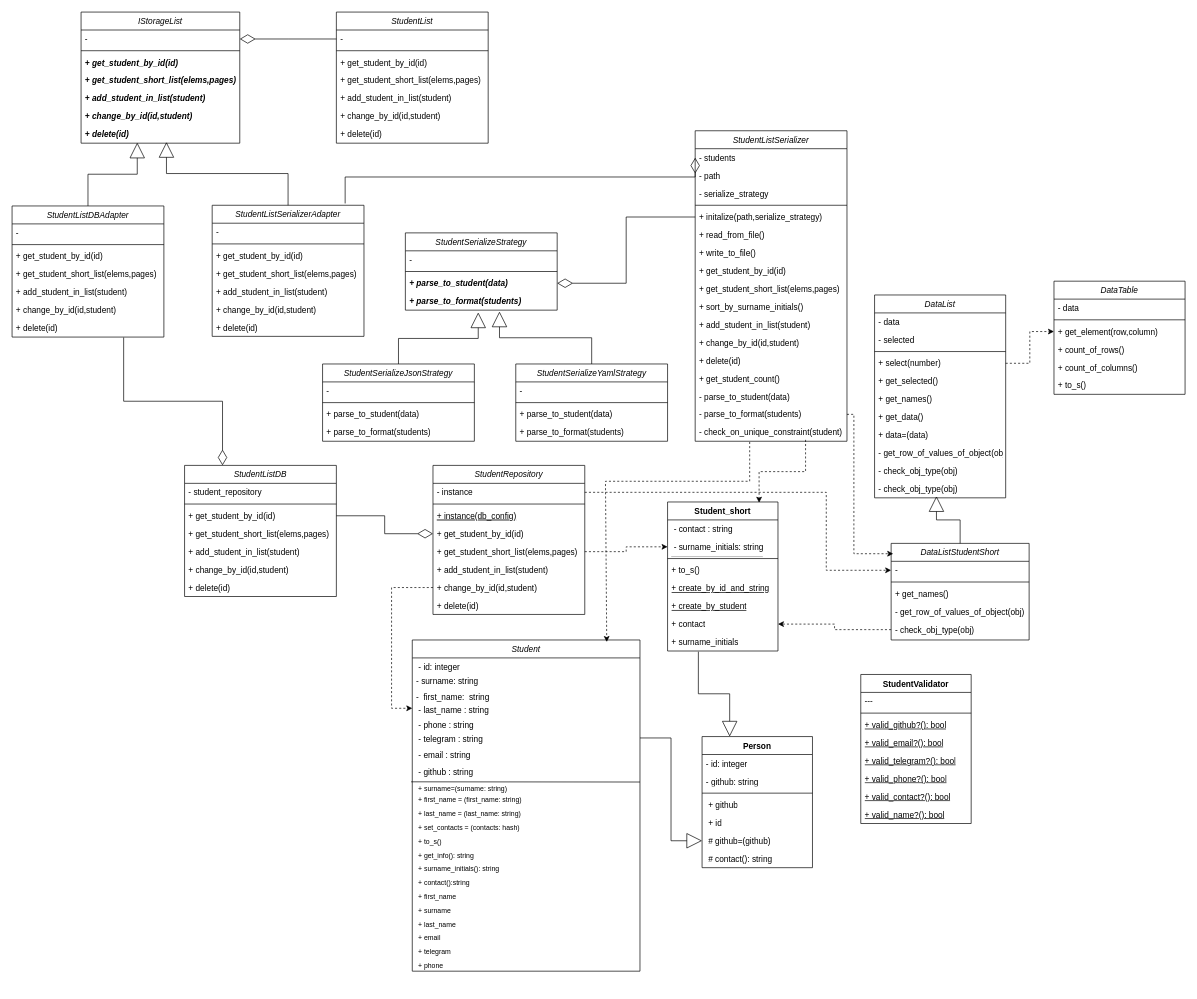
Above: drawio/all_classes_lab4.drawio in Heisenbq/Software-design-patterns (draw.io), before the change. Source tidied: cells renumbered, new cells numbered last; positions are measured from the earlier drawing's top-left corner, leaving out a move shared by most shapes. Both pictures are drawn from the tidied source at 69%, with x=0, y=0 at pixel (12, 12).
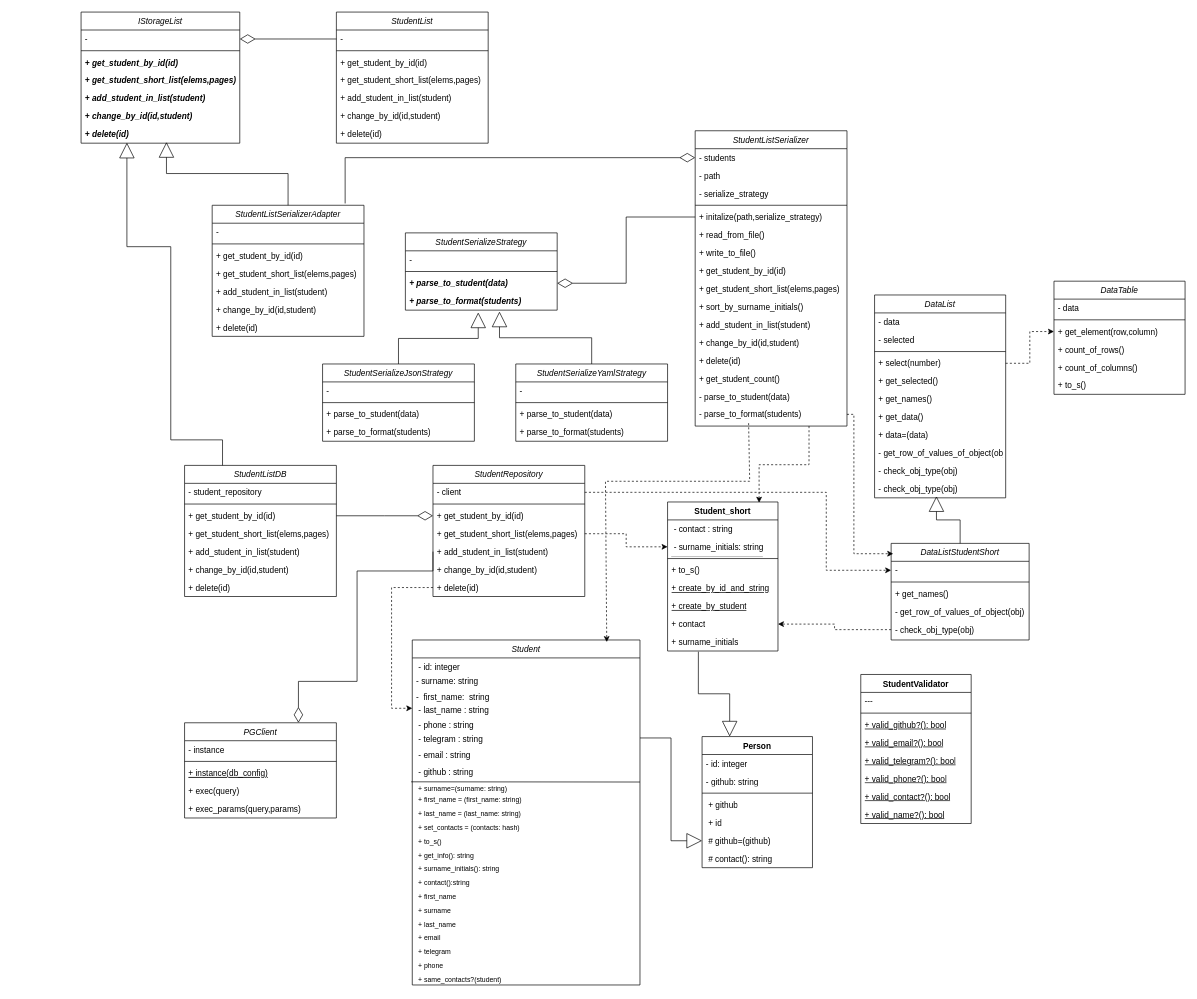
Above is the later version.

Unchanged cells that the change refers to:
```xml
<mxCell id="21" value="- students" style="text;align=left;verticalAlign=top;spacingLeft=4;spacingRight=4;overflow=hidden;points=[[0,0.5],[1,0.5]];portConstraint=eastwest;" parent="20" vertex="1">
  <mxGeometry y="26" width="220" height="26" as="geometry" />
</mxCell>
<mxCell id="36" value="- parse_to_format(students)" style="text;align=left;verticalAlign=top;spacingLeft=4;spacingRight=4;overflow=hidden;points=[[0,0.5],[1,0.5]];portConstraint=eastwest;" parent="20" vertex="1">
  <mxGeometry y="398" width="220" height="26" as="geometry" />
</mxCell>
<mxCell id="53" value="StudentListDB" style="swimlane;fontStyle=2;align=center;verticalAlign=top;horizontal=1;startSize=26;rounded=0;shadow=0;strokeWidth=1;" parent="1" vertex="1">
  <mxGeometry x="250" y="657" width="220" height="190" as="geometry" />
</mxCell>
<mxCell id="74" value=" - last_name : string" style="text;align=left;verticalAlign=top;spacingLeft=4;spacingRight=4;overflow=hidden;points=[[0,0.5],[1,0.5]];portConstraint=eastwest;" parent="70" vertex="1">
  <mxGeometry y="88" width="330" height="22" as="geometry" />
</mxCell>
<mxCell id="102" value="Student_short" style="swimlane;fontStyle=1;align=center;verticalAlign=top;horizontal=1;startSize=26;whiteSpace=wrap;html=1;" parent="1" vertex="1">
  <mxGeometry x="950" y="710" width="160" height="216" as="geometry" />
</mxCell>
<mxCell id="149" value="+ delete(id)" style="text;align=left;verticalAlign=top;spacingLeft=4;spacingRight=4;overflow=hidden;points=[[0,0.5],[1,0.5]];portConstraint=eastwest;fontStyle=3;" parent="142" vertex="1">
  <mxGeometry y="164" width="230" height="26" as="geometry" />
</mxCell>
<mxCell id="158" value="StudentListSerializerAdapter" style="swimlane;fontStyle=2;align=center;verticalAlign=top;horizontal=1;startSize=26;rounded=0;shadow=0;strokeWidth=1;" parent="1" vertex="1">
  <mxGeometry x="290" y="280" width="220" height="190" as="geometry" />
</mxCell>
```

The edit, as a diff of the source:
```diff
@@
     <mxCell id="20" value="StudentListSerializer" style="swimlane;fontStyle=2;align=center;verticalAlign=top;horizontal=1;startSize=26;rounded=0;shadow=0;strokeWidth=1;" parent="1" vertex="1">
-      <mxGeometry x="990" y="172" width="220" height="450" as="geometry" />
+      <mxGeometry x="990" y="172" width="220" height="428" as="geometry" />
     </mxCell>
@@
-    <mxCell id="37" value="- check_on_unique_constraint(student)" style="text;align=left;verticalAlign=top;spacingLeft=4;spacingRight=4;overflow=hidden;" parent="20" vertex="1">
-      <mxGeometry y="424" width="220" height="26" as="geometry" />
-    </mxCell>
@@
     <mxCell id="61" value="StudentRepository" style="swimlane;fontStyle=2;align=center;verticalAlign=top;horizontal=1;startSize=26;rounded=0;shadow=0;strokeWidth=1;" parent="1" vertex="1">
-      <mxGeometry x="610" y="657" width="220" height="216" as="geometry" />
+      <mxGeometry x="610" y="657" width="220" height="190" as="geometry" />
     </mxCell>
-    <mxCell id="62" value="- instance" style="text;align=left;verticalAlign=top;spacingLeft=4;spacingRight=4;overflow=hidden;points=[[0,0.5],[1,0.5]];portConstraint=eastwest;fontStyle=0;" parent="61" vertex="1">
+    <mxCell id="62" value="- client" style="text;align=left;verticalAlign=top;spacingLeft=4;spacingRight=4;overflow=hidden;points=[[0,0.5],[1,0.5]];portConstraint=eastwest;fontStyle=0;" parent="61" vertex="1">
       <mxGeometry y="26" width="220" height="26" as="geometry" />
     </mxCell>
@@
-    <mxCell id="64" value="+ instance(db_config)" style="text;align=left;verticalAlign=top;spacingLeft=4;spacingRight=4;overflow=hidden;fontStyle=4;" parent="61" vertex="1">
-      <mxGeometry y="60" width="220" height="26" as="geometry" />
-    </mxCell>
     <mxCell id="65" value="+ get_student_by_id(id)" style="text;align=left;verticalAlign=top;spacingLeft=4;spacingRight=4;overflow=hidden;points=[[0,0.5],[1,0.5]];portConstraint=eastwest;" parent="61" vertex="1">
-      <mxGeometry y="86" width="220" height="26" as="geometry" />
+      <mxGeometry y="60" width="220" height="26" as="geometry" />
     </mxCell>
     <mxCell id="66" value="+ get_student_short_list(elems,pages)" style="text;align=left;verticalAlign=top;spacingLeft=4;spacingRight=4;overflow=hidden;points=[[0,0.5],[1,0.5]];portConstraint=eastwest;" parent="61" vertex="1">
-      <mxGeometry y="112" width="220" height="26" as="geometry" />
+      <mxGeometry y="86" width="220" height="26" as="geometry" />
     </mxCell>
     <mxCell id="67" value="+ add_student_in_list(student)" style="text;align=left;verticalAlign=top;spacingLeft=4;spacingRight=4;overflow=hidden;points=[[0,0.5],[1,0.5]];portConstraint=eastwest;" parent="61" vertex="1">
-      <mxGeometry y="138" width="220" height="26" as="geometry" />
+      <mxGeometry y="112" width="220" height="26" as="geometry" />
     </mxCell>
     <mxCell id="68" value="+ change_by_id(id,student)" style="text;align=left;verticalAlign=top;spacingLeft=4;spacingRight=4;overflow=hidden;points=[[0,0.5],[1,0.5]];portConstraint=eastwest;" parent="61" vertex="1">
-      <mxGeometry y="164" width="220" height="26" as="geometry" />
+      <mxGeometry y="138" width="220" height="26" as="geometry" />
     </mxCell>
     <mxCell id="69" value="+ delete(id)" style="text;align=left;verticalAlign=top;spacingLeft=4;spacingRight=4;overflow=hidden;points=[[0,0.5],[1,0.5]];portConstraint=eastwest;" parent="61" vertex="1">
-      <mxGeometry y="190" width="220" height="26" as="geometry" />
+      <mxGeometry y="164" width="220" height="26" as="geometry" />
     </mxCell>
     <mxCell id="70" value="Student" style="swimlane;fontStyle=2;align=center;verticalAlign=top;horizontal=1;startSize=26;rounded=0;shadow=0;strokeWidth=1;" parent="1" vertex="1">
-      <mxGeometry x="580" y="910" width="330" height="480" as="geometry" />
+      <mxGeometry x="580" y="910" width="330" height="500" as="geometry" />
     </mxCell>
@@
+    <mxCell id="179" value=" + same_contacts?(student)" style="text;align=left;verticalAlign=top;spacingLeft=4;spacingRight=4;overflow=hidden;fontSize=10;" parent="70" vertex="1">
+      <mxGeometry y="480" width="330" height="20" as="geometry" />
+    </mxCell>
@@
-    <mxCell id="135" style="endArrow=classic;html=1;rounded=0;dashed=1;entryX=0;entryY=0.5;entryDx=0;entryDy=0;exitX=0;exitY=0.5;exitDx=0;exitDy=0;edgeStyle=elbowEdgeStyle;" parent="1" edge="1" source="68" target="74">
+    <mxCell id="135" style="endArrow=classic;html=1;rounded=0;dashed=1;entryX=0;entryY=0.5;entryDx=0;entryDy=0;exitX=0;exitY=0.5;exitDx=0;exitDy=0;edgeStyle=elbowEdgeStyle;" parent="1" edge="1" source="69" target="74">
       <mxGeometry relative="1" as="geometry">
         <Array as="points">
           <mxPoint x="550" y="930" />
         </Array>
       </mxGeometry>
     </mxCell>
@@
-    <mxCell id="137" style="endArrow=classic;html=1;rounded=0;dashed=1;entryX=0.854;entryY=0.006;entryDx=0;entryDy=0;elbow=vertical;entryPerimeter=0;" parent="1" edge="1" target="70">
+    <mxCell id="137" style="endArrow=classic;html=1;rounded=0;dashed=1;entryX=0.854;entryY=0.006;entryDx=0;entryDy=0;elbow=vertical;entryPerimeter=0;exitX=0.352;exitY=0.991;exitDx=0;exitDy=0;exitPerimeter=0;" parent="1" edge="1" source="36" target="70">
       <mxGeometry relative="1" as="geometry">
-        <mxPoint x="1069" y="623" as="sourcePoint" />
         <Array as="points">
           <mxPoint x="1069" y="680" />
           <mxPoint x="860" y="680" />
         </Array>
       </mxGeometry>
     </mxCell>
@@
-    <mxCell id="140" style="endArrow=classic;html=1;rounded=0;dashed=1;entryX=0.829;entryY=0.005;entryDx=0;entryDy=0;edgeStyle=elbowEdgeStyle;elbow=vertical;entryPerimeter=0;" parent="1" edge="1" target="102">
-      <mxGeometry relative="1" as="geometry">
-        <mxPoint x="1150" y="620" as="sourcePoint" />
-      </mxGeometry>
+    <mxCell id="140" style="endArrow=classic;html=1;rounded=0;dashed=1;entryX=0.829;entryY=0.005;entryDx=0;entryDy=0;edgeStyle=elbowEdgeStyle;elbow=vertical;entryPerimeter=0;exitX=0.75;exitY=1;exitDx=0;exitDy=0;" parent="1" edge="1" source="20" target="102">
+      <mxGeometry relative="1" as="geometry" />
     </mxCell>
@@
-    <mxCell id="150" value="StudentListDBAdapter" style="swimlane;fontStyle=2;align=center;verticalAlign=top;horizontal=1;startSize=26;rounded=0;shadow=0;strokeWidth=1;" parent="1" vertex="1">
-      <mxGeometry y="281" width="220" height="190" as="geometry" />
-    </mxCell>
-    <mxCell id="151" value="-" style="text;align=left;verticalAlign=top;spacingLeft=4;spacingRight=4;overflow=hidden;fontStyle=0;" parent="150" vertex="1">
-      <mxGeometry y="26" width="220" height="26" as="geometry" />
-    </mxCell>
-    <mxCell id="152" style="line;html=1;strokeWidth=1;align=left;verticalAlign=middle;spacingTop=-1;spacingLeft=3;spacingRight=3;labelPosition=right;" parent="150" vertex="1">
-      <mxGeometry y="52" width="220" height="8" as="geometry" />
-    </mxCell>
-    <mxCell id="153" value="+ get_student_by_id(id)" style="text;align=left;verticalAlign=top;spacingLeft=4;spacingRight=4;overflow=hidden;" parent="150" vertex="1">
-      <mxGeometry y="60" width="220" height="26" as="geometry" />
-    </mxCell>
-    <mxCell id="154" value="+ get_student_short_list(elems,pages)" style="text;align=left;verticalAlign=top;spacingLeft=4;spacingRight=4;overflow=hidden;" parent="150" vertex="1">
-      <mxGeometry y="86" width="220" height="26" as="geometry" />
-    </mxCell>
-    <mxCell id="155" value="+ add_student_in_list(student)" style="text;align=left;verticalAlign=top;spacingLeft=4;spacingRight=4;overflow=hidden;" parent="150" vertex="1">
-      <mxGeometry y="112" width="220" height="26" as="geometry" />
-    </mxCell>
-    <mxCell id="156" value="+ change_by_id(id,student)" style="text;align=left;verticalAlign=top;spacingLeft=4;spacingRight=4;overflow=hidden;" parent="150" vertex="1">
-      <mxGeometry y="138" width="220" height="26" as="geometry" />
-    </mxCell>
-    <mxCell id="157" value="+ delete(id)" style="text;align=left;verticalAlign=top;spacingLeft=4;spacingRight=4;overflow=hidden;points=[[0,0.5],[1,0.5]];portConstraint=eastwest;" parent="150" vertex="1">
-      <mxGeometry y="164" width="220" height="26" as="geometry" />
-    </mxCell>
@@
-    <mxCell id="166" style="endArrow=none;html=1;rounded=0;startArrow=block;startFill=0;entryX=0.5;entryY=0;entryDx=0;entryDy=0;edgeStyle=elbowEdgeStyle;elbow=vertical;exitX=0.354;exitY=0.972;exitDx=0;exitDy=0;exitPerimeter=0;endSize=7;startSize=20;" parent="1" edge="1" source="149" target="150">
-      <mxGeometry relative="1" as="geometry" />
+    <mxCell id="166" style="endArrow=none;html=1;rounded=0;startArrow=block;startFill=0;edgeStyle=orthogonalEdgeStyle;elbow=vertical;exitX=0.354;exitY=0.972;exitDx=0;exitDy=0;exitPerimeter=0;endSize=7;startSize=20;entryX=0.25;entryY=0;entryDx=0;entryDy=0;" parent="1" edge="1" target="53">
+      <mxGeometry relative="1" as="geometry">
+        <mxPoint x="166.4" y="189.3" as="sourcePoint" />
+        <Array as="points">
+          <mxPoint x="166" y="340" />
+          <mxPoint x="230" y="340" />
+          <mxPoint x="230" y="620" />
+          <mxPoint x="305" y="620" />
+        </Array>
+      </mxGeometry>
     </mxCell>
@@
-    <mxCell id="177" style="endArrow=none;html=1;rounded=0;startArrow=diamondThin;startFill=0;entryX=0.876;entryY=-0.014;entryDx=0;entryDy=0;edgeStyle=elbowEdgeStyle;exitX=0;exitY=0.5;exitDx=0;exitDy=0;endSize=7;startSize=20;elbow=vertical;entryPerimeter=0;" parent="1" edge="1" source="21" target="158">
-      <mxGeometry relative="1" as="geometry">
-        <Array as="points">
-          <mxPoint x="720" y="239" />
-        </Array>
-      </mxGeometry>
+    <mxCell id="177" style="endArrow=none;html=1;rounded=0;startArrow=diamondThin;startFill=0;entryX=0.876;entryY=-0.014;entryDx=0;entryDy=0;edgeStyle=orthogonalEdgeStyle;exitX=0;exitY=0.5;exitDx=0;exitDy=0;endSize=7;startSize=20;elbow=vertical;entryPerimeter=0;" parent="1" edge="1" source="21" target="158">
+      <mxGeometry relative="1" as="geometry" />
     </mxCell>
-    <mxCell id="178" style="endArrow=none;html=1;rounded=0;startArrow=diamondThin;startFill=0;entryX=0.735;entryY=1.024;entryDx=0;entryDy=0;edgeStyle=elbowEdgeStyle;exitX=0.25;exitY=0;exitDx=0;exitDy=0;endSize=7;startSize=20;entryPerimeter=0;elbow=vertical;" parent="1" edge="1" source="53" target="157">
-      <mxGeometry relative="1" as="geometry" />
-    </mxCell>
+    <mxCell id="180" value="PGClient" style="swimlane;fontStyle=2;align=center;verticalAlign=top;horizontal=1;startSize=26;rounded=0;shadow=0;strokeWidth=1;" parent="1" vertex="1">
+      <mxGeometry x="250" y="1030" width="220" height="138" as="geometry" />
+    </mxCell>
+    <mxCell id="181" value="- instance" style="text;align=left;verticalAlign=top;spacingLeft=4;spacingRight=4;overflow=hidden;fontStyle=0;" parent="180" vertex="1">
+      <mxGeometry y="26" width="220" height="26" as="geometry" />
+    </mxCell>
+    <mxCell id="152" style="line;html=1;strokeWidth=1;align=left;verticalAlign=middle;spacingTop=-1;spacingLeft=3;spacingRight=3;labelPosition=right;" parent="180" vertex="1">
+      <mxGeometry y="52" width="220" height="8" as="geometry" />
+    </mxCell>
+    <mxCell id="64" value="+ instance(db_config)" style="text;align=left;verticalAlign=top;spacingLeft=4;spacingRight=4;overflow=hidden;fontStyle=4;" parent="180" vertex="1">
+      <mxGeometry y="60" width="220" height="26" as="geometry" />
+    </mxCell>
+    <mxCell id="182" value="+ exec(query)" style="text;align=left;verticalAlign=top;spacingLeft=4;spacingRight=4;overflow=hidden;" parent="180" vertex="1">
+      <mxGeometry y="86" width="220" height="26" as="geometry" />
+    </mxCell>
+    <mxCell id="183" value="+ exec_params(query,params)" style="text;align=left;verticalAlign=top;spacingLeft=4;spacingRight=4;overflow=hidden;" parent="180" vertex="1">
+      <mxGeometry y="112" width="220" height="26" as="geometry" />
+    </mxCell>
+    <mxCell id="184" style="endArrow=none;html=1;rounded=0;startArrow=diamondThin;startFill=0;entryX=0;entryY=0.5;entryDx=0;entryDy=0;edgeStyle=orthogonalEdgeStyle;exitX=0.75;exitY=0;exitDx=0;exitDy=0;endSize=7;startSize=20;" parent="1" edge="1" source="180" target="67">
+      <mxGeometry relative="1" as="geometry">
+        <Array as="points">
+          <mxPoint x="415" y="970" />
+          <mxPoint x="500" y="970" />
+          <mxPoint x="500" y="810" />
+          <mxPoint x="610" y="810" />
+        </Array>
+      </mxGeometry>
+    </mxCell>
```
